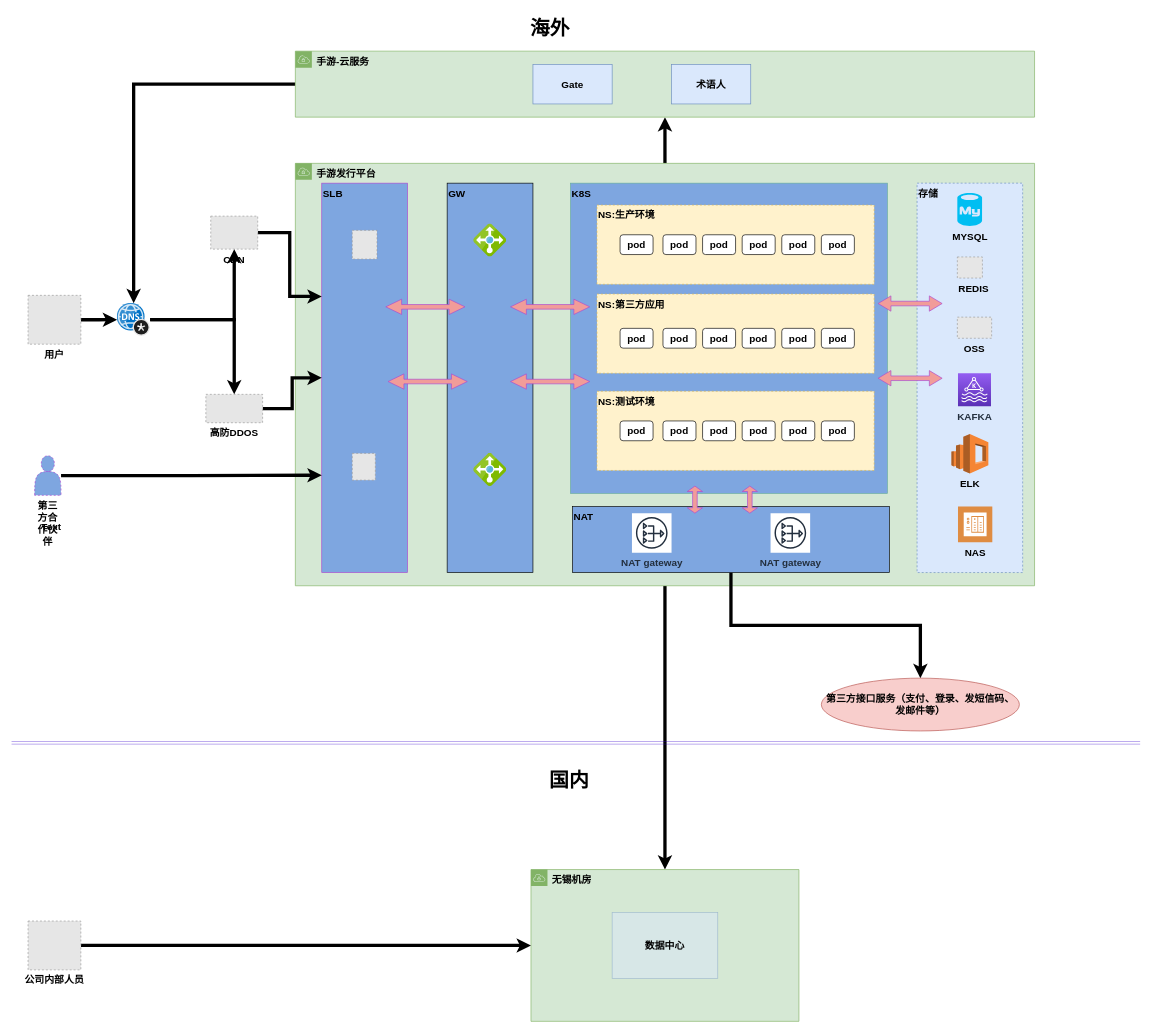
Before: 未命名绘图.drawio in shijianhui/ops_doc, a draw.io diagram. Source tidied: cells renumbered, new cells numbered last; positions are measured from the earlier drawing's top-left corner, leaving out a move shared by most shapes. Both pictures are drawn from the tidied source at 66%, with x=0, y=0 at pixel (11, 11). Pictures stored in the file or linked from it are replaced by grey dashed boxes.
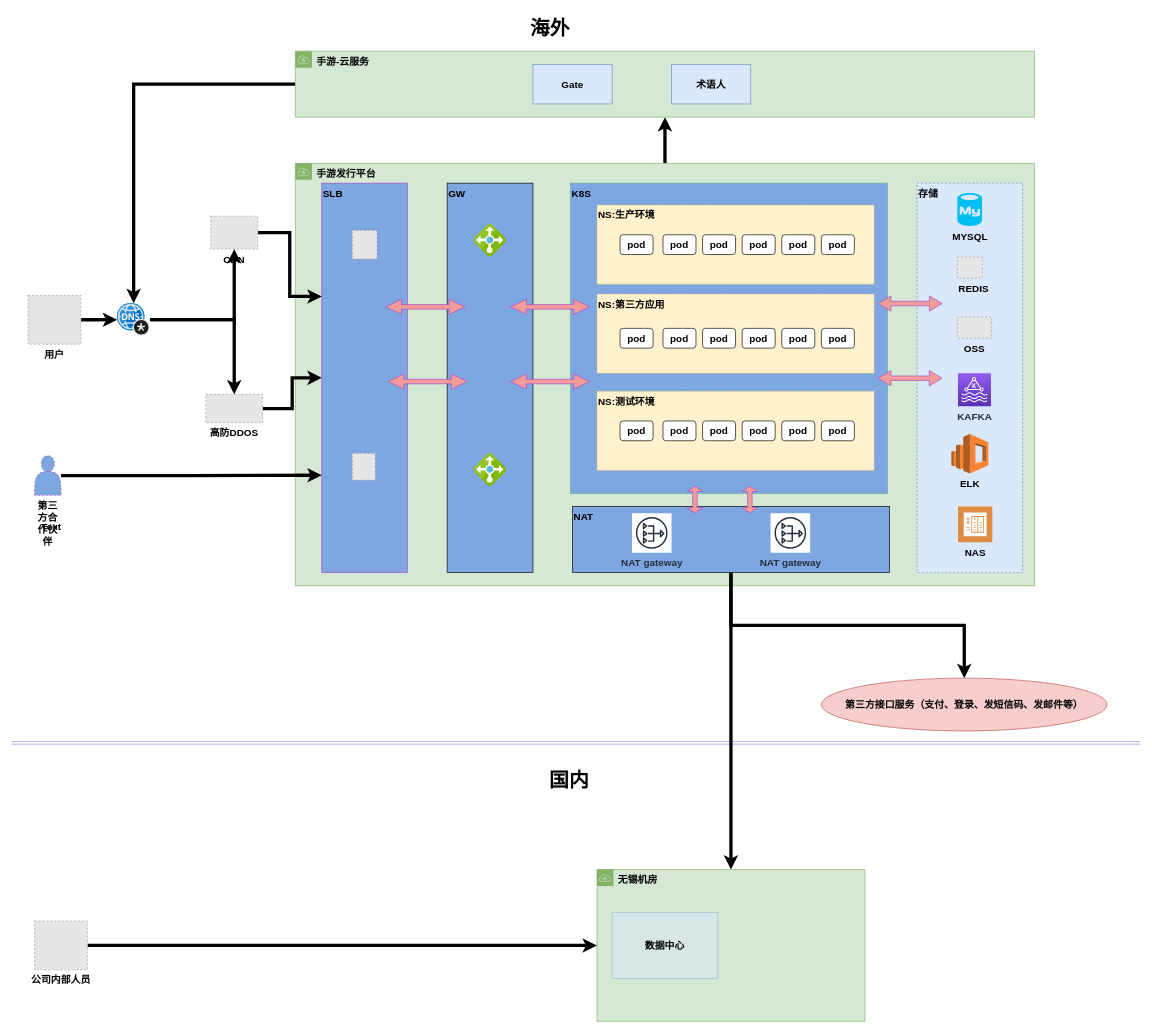
The same page after the edit.

Commit message (it also covers changes not shown here):
Update 未命名绘图.drawio

The change refers to these unchanged cells:
```xml
<mxCell id="4" value="手游发行平台" style="points=[[0,0],[0.25,0],[0.5,0],[0.75,0],[1,0],[1,0.25],[1,0.5],[1,0.75],[1,1],[0.75,1],[0.5,1],[0.25,1],[0,1],[0,0.75],[0,0.5],[0,0.25]];outlineConnect=0;html=1;whiteSpace=wrap;fontSize=15;fontStyle=1;shape=mxgraph.aws4.group;grIcon=mxgraph.aws4.group_vpc;strokeColor=#82b366;fillColor=#d5e8d4;verticalAlign=top;align=left;spacingLeft=30;dashed=0;labelBackgroundColor=none;" parent="1" vertex="1">
  <mxGeometry x="430" y="230" width="1120" height="640" as="geometry" />
</mxCell>
<mxCell id="55" value="NAT" style="whiteSpace=wrap;html=1;verticalAlign=top;align=left;fillColor=#7EA6E0;fontStyle=1;fontSize=15;" parent="1" vertex="1">
  <mxGeometry x="850" y="750" width="480" height="100" as="geometry" />
</mxCell>
```

Change to the diagram source:
```diff
@@
-    <mxCell id="2" style="edgeStyle=orthogonalEdgeStyle;rounded=0;jettySize=auto;html=1;exitX=0.5;exitY=1;exitDx=0;exitDy=0;strokeWidth=5;fontStyle=1;fontSize=15;" parent="1" edge="1" source="4" target="65">
-      <mxGeometry relative="1" as="geometry" />
-    </mxCell>
@@
+    <mxCell id="76" style="edgeStyle=orthogonalEdgeStyle;rounded=0;jettySize=auto;html=1;entryX=0.5;entryY=0;entryDx=0;entryDy=0;labelBackgroundColor=#99FFCC;strokeWidth=5;fontSize=30;fontColor=#000000;" parent="1" edge="1" source="55" target="65">
+      <mxGeometry relative="1" as="geometry" />
+    </mxCell>
@@
     <mxCell id="59" value="第三方接口服务（支付、登录、发短信码、发邮件等）" style="ellipse;whiteSpace=wrap;html=1;align=center;verticalAlign=middle;fillColor=#f8cecc;strokeColor=#b85450;fontStyle=1;fontSize=15;" parent="1" vertex="1">
-      <mxGeometry x="1227" y="1010" width="300" height="80" as="geometry" />
+      <mxGeometry x="1227" y="1010" width="433" height="80" as="geometry" />
     </mxCell>
@@
     <mxCell id="65" value="无锡机房" style="points=[[0,0],[0.25,0],[0.5,0],[0.75,0],[1,0],[1,0.25],[1,0.5],[1,0.75],[1,1],[0.75,1],[0.5,1],[0.25,1],[0,1],[0,0.75],[0,0.5],[0,0.25]];outlineConnect=0;html=1;whiteSpace=wrap;fontSize=15;fontStyle=1;shape=mxgraph.aws4.group;grIcon=mxgraph.aws4.group_vpc;strokeColor=#82b366;fillColor=#d5e8d4;verticalAlign=top;align=left;spacingLeft=30;dashed=0;labelBackgroundColor=none;" parent="1" vertex="1">
-      <mxGeometry x="787" y="1300" width="406" height="230" as="geometry" />
+      <mxGeometry x="887" y="1300" width="406" height="230" as="geometry" />
     </mxCell>
@@
     <mxCell id="72" value="公司内部人员" style="fillColor=#E6E6E6;strokeColor=#999999;dashed=1;verticalLabelPosition=bottom;labelBackgroundColor=#ffffff;verticalAlign=top;fontStyle=1;fontSize=15;" parent="1" vertex="1">
-      <mxGeometry x="25" y="1378" width="80" height="74" as="geometry" />
+      <mxGeometry x="35" y="1378" width="80" height="74" as="geometry" />
     </mxCell>
```
